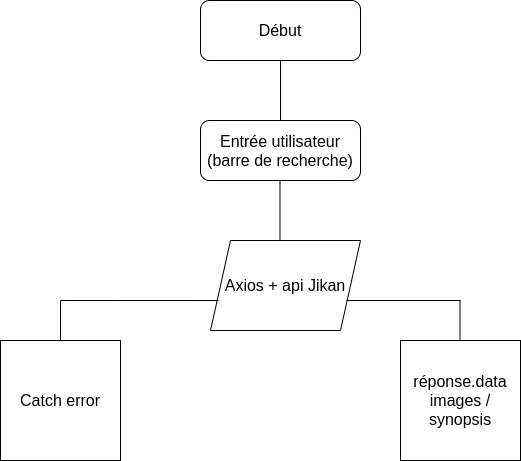
Cheuns/MyAnimeProject keeps this draw.io diagram as analyse/Flowchart.png. Above is the earlier version. Source tidied: cells renumbered, new cells last; positions are measured from the earlier drawing's top-left corner, leaving out a move shared by most shapes.
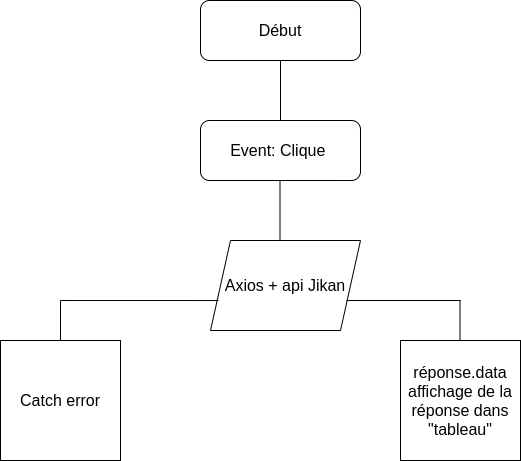
Above is the later version.

Commit message:
système de pagination optimisation

Diff of the diagram source:
```diff
@@ -5,7 +5,7 @@
     <mxCell id="2" value="&lt;font style=&quot;font-size: 16px&quot;&gt;Début&lt;/font&gt;" style="rounded=1;whiteSpace=wrap;html=1;fontSize=12;glass=0;strokeWidth=1;shadow=0;" parent="1" vertex="1">
       <mxGeometry x="200" width="160" height="60" as="geometry" />
     </mxCell>
-    <mxCell id="3" value="&lt;font style=&quot;font-size: 16px&quot;&gt;Entrée utilisateur (barre de recherche)&lt;/font&gt;" style="rounded=1;whiteSpace=wrap;html=1;" parent="1" vertex="1">
+    <mxCell id="3" value="&lt;font style=&quot;font-size: 16px&quot;&gt;Event: Clique&amp;nbsp;&lt;/font&gt;" style="rounded=1;whiteSpace=wrap;html=1;" parent="1" vertex="1">
       <mxGeometry x="200" y="120" width="160" height="60" as="geometry" />
     </mxCell>
     <mxCell id="4" value="&lt;font style=&quot;font-size: 16px&quot;&gt;Axios + api Jikan&lt;/font&gt;" style="shape=parallelogram;perimeter=parallelogramPerimeter;whiteSpace=wrap;html=1;fixedSize=1;" parent="1" vertex="1">
@@ -14,7 +14,7 @@
     <mxCell id="5" value="&lt;font style=&quot;font-size: 16px&quot;&gt;Catch error&lt;/font&gt;" style="whiteSpace=wrap;html=1;" parent="1" vertex="1">
       <mxGeometry y="340" width="120" height="120" as="geometry" />
     </mxCell>
-    <mxCell id="6" value="&lt;font style=&quot;font-size: 16px&quot;&gt;réponse.data&lt;br&gt;images / synopsis&lt;/font&gt;" style="whiteSpace=wrap;html=1;" parent="1" vertex="1">
+    <mxCell id="6" value="&lt;font style=&quot;font-size: 16px&quot;&gt;réponse.data&lt;br&gt;affichage de la réponse dans &quot;tableau&quot;&lt;br&gt;&lt;/font&gt;" style="whiteSpace=wrap;html=1;" parent="1" vertex="1">
       <mxGeometry x="400" y="340" width="120" height="120" as="geometry" />
     </mxCell>
     <mxCell id="7" style="endArrow=none;html=1;entryX=0.053;entryY=0.667;entryDx=0;entryDy=0;entryPerimeter=0;" parent="1" edge="1" target="4">
```
